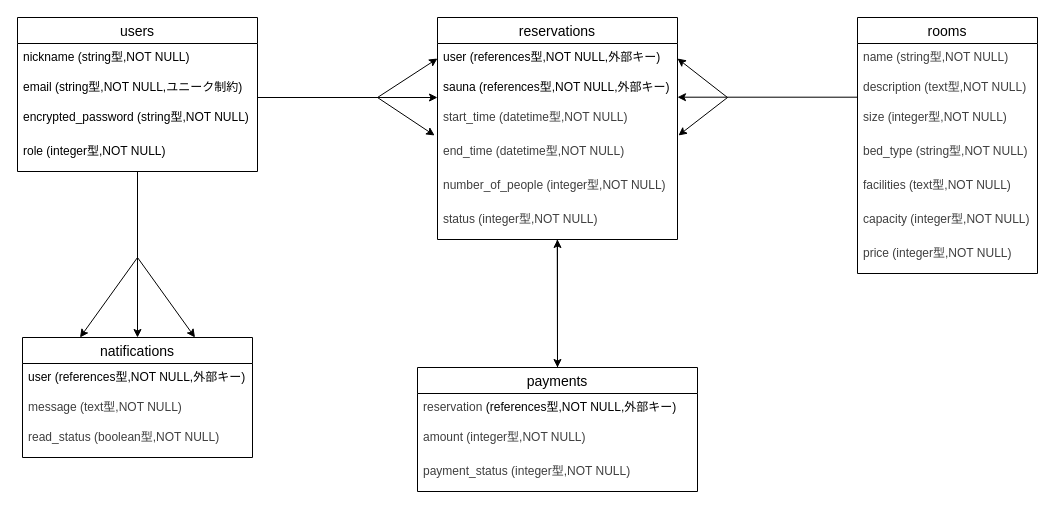
r18911/sauna-app keeps this draw.io diagram as er.dio. Above is the earlier version. Source tidied: cells renumbered, new cells numbered last; positions are measured from the earlier drawing's top-left corner, leaving out a move shared by most shapes. Both pictures are drawn from the tidied source at 100%, with x=0, y=0 at pixel (17, 17).
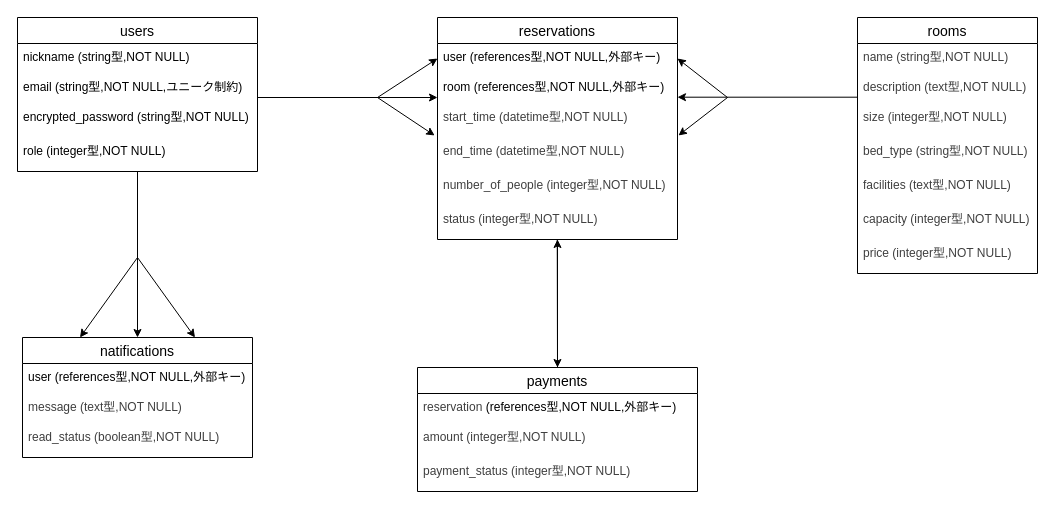
The same diagram, later.

Unchanged cells that the change refers to:
```xml
<mxCell id="25" value="reservations" style="swimlane;fontStyle=0;horizontal=1;startSize=26;align=center;fontSize=14;" parent="1" vertex="1">
  <mxGeometry x="420" width="240" height="222" as="geometry" />
</mxCell>
```

Diff of the diagram source:
```diff
@@
-    <mxCell id="27" value="&lt;span style=&quot;scrollbar-color: light-dark(#e2e2e2, #4b4b4b)&lt;br/&gt;&#9;&#9;&#9;&#9;&#9;light-dark(#fbfbfb, var(--dark-panel-color)); background-color: transparent;&quot;&gt;sauna&lt;/span&gt;&lt;span style=&quot;scrollbar-color: light-dark(#e2e2e2, #4b4b4b)&lt;br/&gt;&#9;&#9;&#9;&#9;&#9;light-dark(#fbfbfb, var(--dark-panel-color)); color: rgb(0, 0, 0);&quot;&gt;&amp;nbsp;(&lt;/span&gt;&lt;span style=&quot;scrollbar-color: light-dark(#e2e2e2, #4b4b4b)&lt;br/&gt;&#9;&#9;&#9;&#9;&#9;light-dark(#fbfbfb, var(--dark-panel-color)); background-color: transparent;&quot;&gt;references&lt;/span&gt;&lt;span style=&quot;scrollbar-color: light-dark(#e2e2e2, #4b4b4b)&lt;br/&gt;&#9;&#9;&#9;&#9;&#9;light-dark(#fbfbfb, var(--dark-panel-color)); background-color: transparent;&quot;&gt;型,NOT NULL,外部キー)&lt;/span&gt;" style="text;strokeColor=none;fillColor=none;spacingLeft=4;spacingRight=4;overflow=hidden;fontSize=12;whiteSpace=wrap;html=1;" parent="25" vertex="1">
+    <mxCell id="27" value="&lt;span style=&quot;scrollbar-color: light-dark(#e2e2e2, #4b4b4b)&lt;br/&gt;&#9;&#9;&#9;&#9;&#9;light-dark(#fbfbfb, var(--dark-panel-color)); background-color: transparent;&quot;&gt;room&lt;/span&gt;&lt;span style=&quot;scrollbar-color: light-dark(#e2e2e2, #4b4b4b)&lt;br/&gt;&#9;&#9;&#9;&#9;&#9;light-dark(#fbfbfb, var(--dark-panel-color)); color: rgb(0, 0, 0);&quot;&gt;&amp;nbsp;(&lt;/span&gt;&lt;span style=&quot;scrollbar-color: light-dark(#e2e2e2, #4b4b4b)&lt;br/&gt;&#9;&#9;&#9;&#9;&#9;light-dark(#fbfbfb, var(--dark-panel-color)); background-color: transparent;&quot;&gt;references&lt;/span&gt;&lt;span style=&quot;scrollbar-color: light-dark(#e2e2e2, #4b4b4b)&lt;br/&gt;&#9;&#9;&#9;&#9;&#9;light-dark(#fbfbfb, var(--dark-panel-color)); background-color: transparent;&quot;&gt;型,NOT NULL,外部キー)&lt;/span&gt;" style="text;strokeColor=none;fillColor=none;spacingLeft=4;spacingRight=4;overflow=hidden;fontSize=12;whiteSpace=wrap;html=1;" parent="25" vertex="1">
       <mxGeometry y="56" width="240" height="30" as="geometry" />
     </mxCell>
```
